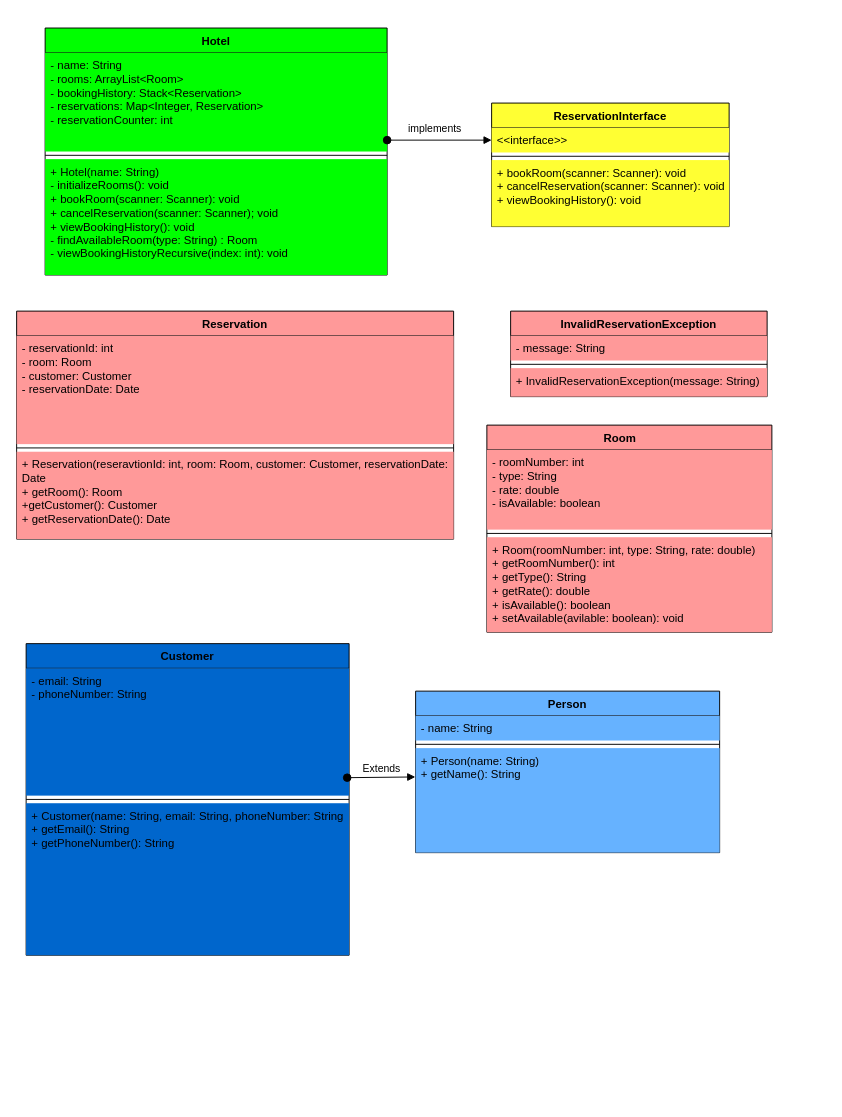
yash10189/IS247 keeps this draw.io diagram as Untitled Diagram.drawio. Above is the earlier version. Source tidied: cells renumbered, new cells numbered last; positions are measured from the earlier drawing's top-left corner, leaving out a move shared by most shapes. Both pictures are drawn from the tidied source at 95%, with x=0, y=0 at pixel (16, 28).
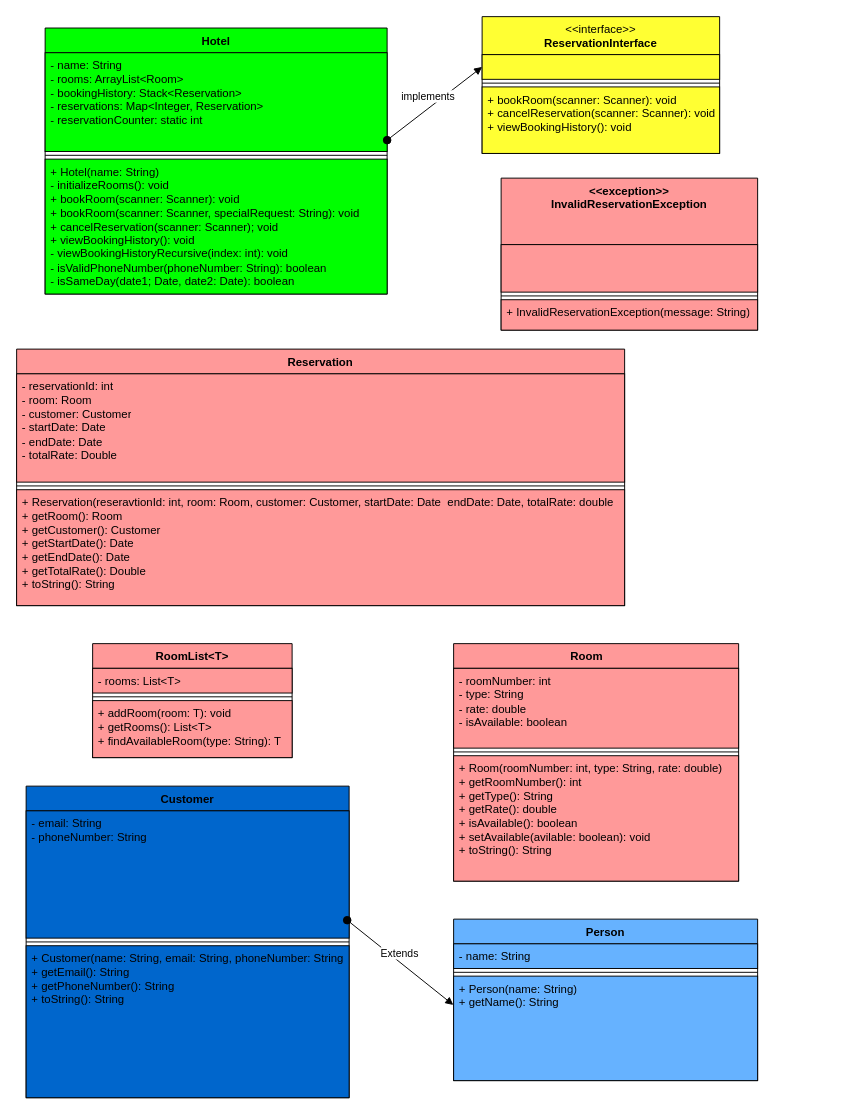
Above is the later version.

The edit, as a diff of the source:
```diff
@@
-    <mxCell id="3" value="Hotel" style="swimlane;fontStyle=1;align=center;verticalAlign=top;horizontal=1;startSize=26;whiteSpace=wrap;html=1;fillColor=#00FF00;" parent="1" vertex="1">
-      <mxGeometry x="30" width="360" height="260" as="geometry" />
+    <mxCell id="3" value="Hotel" style="swimlane;fontStyle=1;align=center;verticalAlign=top;horizontal=1;startSize=26;whiteSpace=wrap;html=1;fillColor=#00FF00;strokeColor=#000000;" parent="1" vertex="1">
+      <mxGeometry x="30" width="360" height="280" as="geometry" />
     </mxCell>
-    <mxCell id="4" value="- name: String&lt;div&gt;- rooms: ArrayList&amp;lt;Room&amp;gt;&lt;/div&gt;&lt;div&gt;- bookingHistory: Stack&amp;lt;Reservation&amp;gt;&lt;/div&gt;&lt;div&gt;- reservations: Map&amp;lt;Integer, Reservation&amp;gt;&amp;nbsp;&lt;/div&gt;&lt;div&gt;- reservationCounter: int&lt;/div&gt;" style="text;strokeColor=none;fillColor=#00FF00;align=left;verticalAlign=top;spacingLeft=4;spacingRight=4;overflow=hidden;whiteSpace=wrap;html=1;" parent="3" vertex="1">
+    <mxCell id="4" value="- name: String&lt;div&gt;- rooms: ArrayList&amp;lt;Room&amp;gt;&lt;/div&gt;&lt;div&gt;- bookingHistory: Stack&amp;lt;Reservation&amp;gt;&lt;/div&gt;&lt;div&gt;- reservations: Map&amp;lt;Integer, Reservation&amp;gt;&amp;nbsp;&lt;/div&gt;&lt;div&gt;- reservationCounter: static int&lt;/div&gt;" style="text;strokeColor=#000000;fillColor=#00FF00;align=left;verticalAlign=top;spacingLeft=4;spacingRight=4;overflow=hidden;whiteSpace=wrap;html=1;" parent="3" vertex="1">
       <mxGeometry y="26" width="360" height="104" as="geometry" />
     </mxCell>
-    <mxCell id="5" style="line;strokeWidth=1;fillColor=#00FF00;align=left;verticalAlign=middle;spacingTop=-1;spacingLeft=3;spacingRight=3;labelPosition=right;strokeColor=inherit;" parent="3" vertex="1">
+    <mxCell id="5" style="line;strokeWidth=1;fillColor=#00FF00;align=left;verticalAlign=middle;spacingTop=-1;spacingLeft=3;spacingRight=3;labelPosition=right;strokeColor=#000000;" parent="3" vertex="1">
       <mxGeometry y="130" width="360" height="8" as="geometry" />
     </mxCell>
-    <mxCell id="6" value="+ Hotel(name: String)&lt;div&gt;- initializeRooms(): void&lt;/div&gt;&lt;div&gt;+ bookRoom(scanner: Scanner): void&lt;/div&gt;&lt;div&gt;+ cancelReservation(scanner: Scanner); void&lt;/div&gt;&lt;div&gt;+ viewBookingHistory(): void&lt;/div&gt;&lt;div&gt;- findAvailableRoom(type: String) : Room&lt;/div&gt;&lt;div&gt;- viewBookingHistoryRecursive(index: int): void&lt;/div&gt;&lt;div&gt;&lt;br&gt;&lt;/div&gt;" style="text;strokeColor=none;fillColor=#00FF00;align=left;verticalAlign=top;spacingLeft=4;spacingRight=4;overflow=hidden;whiteSpace=wrap;html=1;" parent="3" vertex="1">
-      <mxGeometry y="138" width="360" height="122" as="geometry" />
+    <mxCell id="6" value="+ Hotel(name: String)&lt;div&gt;- initializeRooms(): void&lt;/div&gt;&lt;div&gt;+ bookRoom(scanner: Scanner): void&lt;/div&gt;&lt;div&gt;+ bookRoom(scanner: Scanner, specialRequest: String): void&lt;/div&gt;&lt;div&gt;+ cancelReservation(scanner: Scanner); void&lt;/div&gt;&lt;div&gt;+ viewBookingHistory(): void&lt;/div&gt;&lt;div&gt;- viewBookingHistoryRecursive(index: int): void&lt;/div&gt;&lt;div&gt;- isValidPhoneNumber(phoneNumber: String): boolean&lt;/div&gt;&lt;div&gt;- isSameDay(date1; Date, date2: Date): boolean&lt;/div&gt;&lt;div&gt;&lt;br&gt;&lt;/div&gt;" style="text;strokeColor=#000000;fillColor=#00FF00;align=left;verticalAlign=top;spacingLeft=4;spacingRight=4;overflow=hidden;whiteSpace=wrap;html=1;" parent="3" vertex="1">
+      <mxGeometry y="138" width="360" height="142" as="geometry" />
     </mxCell>
-    <mxCell id="7" value="Room&lt;span style=&quot;white-space: pre;&quot;&gt;&#9;&lt;/span&gt;" style="swimlane;fontStyle=1;align=center;verticalAlign=top;horizontal=1;startSize=26;whiteSpace=wrap;html=1;fillColor=#FF9999;" parent="1" vertex="1">
-      <mxGeometry x="495" y="418" width="300" height="218" as="geometry" />
+    <mxCell id="7" value="Room&lt;span style=&quot;white-space: pre;&quot;&gt;&#9;&lt;/span&gt;" style="swimlane;fontStyle=1;align=center;verticalAlign=top;horizontal=1;startSize=26;whiteSpace=wrap;html=1;fillColor=#FF9999;strokeColor=#000000;" parent="1" vertex="1">
+      <mxGeometry x="460" y="648" width="300" height="250" as="geometry" />
     </mxCell>
-    <mxCell id="8" value="- roomNumber: int&lt;div&gt;- type: String&lt;/div&gt;&lt;div&gt;- rate: double&lt;/div&gt;&lt;div&gt;- isAvailable: boolean&lt;/div&gt;" style="text;strokeColor=none;fillColor=#FF9999;align=left;verticalAlign=top;spacingLeft=4;spacingRight=4;overflow=hidden;whiteSpace=wrap;html=1;" parent="7" vertex="1">
+    <mxCell id="8" value="- roomNumber: int&lt;div&gt;- type: String&lt;/div&gt;&lt;div&gt;- rate: double&lt;/div&gt;&lt;div&gt;- isAvailable: boolean&lt;/div&gt;" style="text;strokeColor=#000000;fillColor=#FF9999;align=left;verticalAlign=top;spacingLeft=4;spacingRight=4;overflow=hidden;whiteSpace=wrap;html=1;" parent="7" vertex="1">
       <mxGeometry y="26" width="300" height="84" as="geometry" />
     </mxCell>
-    <mxCell id="9" style="line;strokeWidth=1;fillColor=#FF9999;align=left;verticalAlign=middle;spacingTop=-1;spacingLeft=3;spacingRight=3;labelPosition=right;strokeColor=inherit;" parent="7" vertex="1">
+    <mxCell id="9" style="line;strokeWidth=1;fillColor=#FF9999;align=left;verticalAlign=middle;spacingTop=-1;spacingLeft=3;spacingRight=3;labelPosition=right;strokeColor=#000000;" parent="7" vertex="1">
       <mxGeometry y="110" width="300" height="8" as="geometry" />
     </mxCell>
-    <mxCell id="10" value="+ Room(roomNumber: int, type: String, rate: double)&lt;div&gt;+ getRoomNumber(): int&lt;/div&gt;&lt;div&gt;+ getType(): String&lt;/div&gt;&lt;div&gt;+ getRate(): double&lt;/div&gt;&lt;div&gt;+ isAvailable(): boolean&lt;/div&gt;&lt;div&gt;+ setAvailable(avilable: boolean): void&lt;/div&gt;" style="text;strokeColor=none;fillColor=#FF9999;align=left;verticalAlign=top;spacingLeft=4;spacingRight=4;overflow=hidden;whiteSpace=wrap;html=1;" parent="7" vertex="1">
-      <mxGeometry y="118" width="300" height="100" as="geometry" />
+    <mxCell id="10" value="+ Room(roomNumber: int, type: String, rate: double)&lt;div&gt;+ getRoomNumber(): int&lt;/div&gt;&lt;div&gt;+ getType(): String&lt;/div&gt;&lt;div&gt;+ getRate(): double&lt;/div&gt;&lt;div&gt;+ isAvailable(): boolean&lt;/div&gt;&lt;div&gt;+ setAvailable(avilable: boolean): void&lt;/div&gt;&lt;div&gt;+ toString(): String&lt;/div&gt;" style="text;strokeColor=#000000;fillColor=#FF9999;align=left;verticalAlign=top;spacingLeft=4;spacingRight=4;overflow=hidden;whiteSpace=wrap;html=1;" parent="7" vertex="1">
+      <mxGeometry y="118" width="300" height="132" as="geometry" />
     </mxCell>
-    <mxCell id="11" value="Reservation" style="swimlane;fontStyle=1;align=center;verticalAlign=top;horizontal=1;startSize=26;whiteSpace=wrap;html=1;fillColor=#FF9999;" parent="1" vertex="1">
-      <mxGeometry y="298" width="460" height="240" as="geometry" />
+    <mxCell id="11" value="Reservation" style="swimlane;fontStyle=1;align=center;verticalAlign=top;horizontal=1;startSize=26;whiteSpace=wrap;html=1;fillColor=#FF9999;strokeColor=#000000;" parent="1" vertex="1">
+      <mxGeometry y="338" width="640" height="270" as="geometry" />
     </mxCell>
-    <mxCell id="12" value="- reservationId: int&lt;div&gt;- room: Room&lt;/div&gt;&lt;div&gt;- customer: Customer&lt;/div&gt;&lt;div&gt;- reservationDate: Date&lt;/div&gt;" style="text;strokeColor=none;fillColor=#FF9999;align=left;verticalAlign=top;spacingLeft=4;spacingRight=4;overflow=hidden;whiteSpace=wrap;html=1;" parent="11" vertex="1">
-      <mxGeometry y="26" width="460" height="114" as="geometry" />
+    <mxCell id="12" value="- reservationId: int&lt;div&gt;- room: Room&lt;/div&gt;&lt;div&gt;- customer: Customer&lt;/div&gt;&lt;div&gt;- startDate: Date&lt;/div&gt;&lt;div&gt;- endDate: Date&lt;/div&gt;&lt;div&gt;- totalRate: Double&amp;nbsp;&lt;/div&gt;&lt;div&gt;&lt;br&gt;&lt;/div&gt;" style="text;strokeColor=#000000;fillColor=#FF9999;align=left;verticalAlign=top;spacingLeft=4;spacingRight=4;overflow=hidden;whiteSpace=wrap;html=1;" parent="11" vertex="1">
+      <mxGeometry y="26" width="640" height="114" as="geometry" />
     </mxCell>
-    <mxCell id="13" style="line;strokeWidth=1;fillColor=#FF9999;align=left;verticalAlign=middle;spacingTop=-1;spacingLeft=3;spacingRight=3;labelPosition=right;strokeColor=inherit;" parent="11" vertex="1">
-      <mxGeometry y="140" width="460" height="8" as="geometry" />
+    <mxCell id="13" style="line;strokeWidth=1;fillColor=#FF9999;align=left;verticalAlign=middle;spacingTop=-1;spacingLeft=3;spacingRight=3;labelPosition=right;strokeColor=#000000;" parent="11" vertex="1">
+      <mxGeometry y="140" width="640" height="8" as="geometry" />
     </mxCell>
-    <mxCell id="14" value="+ Reservation(reseravtionId: int, room: Room, customer: Customer, reservationDate: Date&lt;div&gt;+ getRoom(): Room&lt;/div&gt;&lt;div&gt;+getCustomer(): Customer&lt;/div&gt;&lt;div&gt;+ getReservationDate(): Date&lt;/div&gt;" style="text;strokeColor=none;fillColor=#FF9999;align=left;verticalAlign=top;spacingLeft=4;spacingRight=4;overflow=hidden;whiteSpace=wrap;html=1;" parent="11" vertex="1">
-      <mxGeometry y="148" width="460" height="92" as="geometry" />
+    <mxCell id="14" value="+ Reservation(reseravtionId: int, room: Room, customer: Customer, startDate: Date&amp;nbsp; endDate: Date, totalRate: double&lt;div&gt;+ getRoom(): Room&lt;/div&gt;&lt;div&gt;+ getCustomer(): Customer&lt;/div&gt;&lt;div&gt;+ getStartDate(): Date&lt;/div&gt;&lt;div&gt;+ getEndDate(): Date&lt;/div&gt;&lt;div&gt;+ getTotalRate(): Double&lt;/div&gt;&lt;div&gt;+ toString(): String&lt;/div&gt;" style="text;strokeColor=#000000;fillColor=#FF9999;align=left;verticalAlign=top;spacingLeft=4;spacingRight=4;overflow=hidden;whiteSpace=wrap;html=1;" parent="11" vertex="1">
+      <mxGeometry y="148" width="640" height="122" as="geometry" />
     </mxCell>
-    <mxCell id="15" value="Customer" style="swimlane;fontStyle=1;align=center;verticalAlign=top;horizontal=1;startSize=26;whiteSpace=wrap;html=1;fillColor=#0066CC;" parent="1" vertex="1">
-      <mxGeometry x="10" y="648" width="340" height="328" as="geometry" />
+    <mxCell id="15" value="Customer" style="swimlane;fontStyle=1;align=center;verticalAlign=top;horizontal=1;startSize=26;whiteSpace=wrap;html=1;fillColor=#0066CC;strokeColor=#000000;" parent="1" vertex="1">
+      <mxGeometry x="10" y="798" width="340" height="328" as="geometry" />
     </mxCell>
-    <mxCell id="16" value="- email: String&lt;div&gt;- phoneNumber: String&lt;/div&gt;" style="text;strokeColor=none;fillColor=#0066CC;align=left;verticalAlign=top;spacingLeft=4;spacingRight=4;overflow=hidden;points=[[0,0.5],[1,0.5]];portConstraint=eastwest;whiteSpace=wrap;html=1;" parent="15" vertex="1">
+    <mxCell id="16" value="- email: String&lt;div&gt;- phoneNumber: String&lt;/div&gt;" style="text;strokeColor=#000000;fillColor=#0066CC;align=left;verticalAlign=top;spacingLeft=4;spacingRight=4;overflow=hidden;points=[[0,0.5],[1,0.5]];portConstraint=eastwest;whiteSpace=wrap;html=1;" parent="15" vertex="1">
       <mxGeometry y="26" width="340" height="134" as="geometry" />
     </mxCell>
-    <mxCell id="17" style="line;strokeWidth=1;fillColor=#0066CC;align=left;verticalAlign=middle;spacingTop=-1;spacingLeft=3;spacingRight=3;labelPosition=right;strokeColor=inherit;" parent="15" vertex="1">
+    <mxCell id="17" style="line;strokeWidth=1;fillColor=#0066CC;align=left;verticalAlign=middle;spacingTop=-1;spacingLeft=3;spacingRight=3;labelPosition=right;strokeColor=#000000;" parent="15" vertex="1">
       <mxGeometry y="160" width="340" height="8" as="geometry" />
     </mxCell>
-    <mxCell id="18" value="+ Customer(name: String, email: String, phoneNumber: String&lt;div&gt;+ getEmail(): String&lt;/div&gt;&lt;div&gt;+ getPhoneNumber(): String&amp;nbsp;&lt;/div&gt;" style="text;strokeColor=none;fillColor=#0066CC;align=left;verticalAlign=top;spacingLeft=4;spacingRight=4;overflow=hidden;whiteSpace=wrap;html=1;" parent="15" vertex="1">
+    <mxCell id="18" value="+ Customer(name: String, email: String, phoneNumber: String&lt;div&gt;+ getEmail(): String&lt;/div&gt;&lt;div&gt;+ getPhoneNumber(): String&amp;nbsp;&lt;/div&gt;&lt;div&gt;+ toString(): String&lt;br&gt;&lt;/div&gt;" style="text;strokeColor=#000000;fillColor=#0066CC;align=left;verticalAlign=top;spacingLeft=4;spacingRight=4;overflow=hidden;whiteSpace=wrap;html=1;" parent="15" vertex="1">
       <mxGeometry y="168" width="340" height="160" as="geometry" />
     </mxCell>
-    <mxCell id="19" value="ReservationInterface" style="swimlane;fontStyle=1;align=center;verticalAlign=top;horizontal=1;startSize=26;whiteSpace=wrap;html=1;fillColor=#FFFF33;" parent="1" vertex="1">
-      <mxGeometry x="500" y="79" width="250" height="130" as="geometry" />
+    <mxCell id="19" value="&lt;div&gt;&lt;span style=&quot;font-weight: 400; text-align: left;&quot;&gt;&amp;lt;&amp;lt;interface&amp;gt;&amp;gt;&lt;/span&gt;&lt;br&gt;&lt;/div&gt;ReservationInterface" style="swimlane;fontStyle=1;align=center;verticalAlign=top;horizontal=1;startSize=40;whiteSpace=wrap;html=1;fillColor=#FFFF33;strokeColor=#000000;" parent="1" vertex="1">
+      <mxGeometry x="490" y="-12" width="250" height="144" as="geometry" />
     </mxCell>
-    <mxCell id="20" value="&amp;lt;&amp;lt;interface&amp;gt;&amp;gt;" style="text;strokeColor=none;fillColor=#FFFF33;align=left;verticalAlign=top;spacingLeft=4;spacingRight=4;overflow=hidden;points=[[0,0.5],[1,0.5]];portConstraint=eastwest;whiteSpace=wrap;html=1;" parent="19" vertex="1">
-      <mxGeometry y="26" width="250" height="26" as="geometry" />
+    <mxCell id="20" style="text;strokeColor=#000000;fillColor=#FFFF33;align=left;verticalAlign=top;spacingLeft=4;spacingRight=4;overflow=hidden;points=[[0,0.5],[1,0.5]];portConstraint=eastwest;whiteSpace=wrap;html=1;" parent="19" vertex="1">
+      <mxGeometry y="40" width="250" height="26" as="geometry" />
     </mxCell>
-    <mxCell id="21" style="line;strokeWidth=1;fillColor=#FFFF33;align=left;verticalAlign=middle;spacingTop=-1;spacingLeft=3;spacingRight=3;labelPosition=right;strokeColor=inherit;" parent="19" vertex="1">
-      <mxGeometry y="52" width="250" height="8" as="geometry" />
+    <mxCell id="21" style="line;strokeWidth=1;fillColor=#FFFF33;align=left;verticalAlign=middle;spacingTop=-1;spacingLeft=3;spacingRight=3;labelPosition=right;strokeColor=#000000;" parent="19" vertex="1">
+      <mxGeometry y="66" width="250" height="8" as="geometry" />
     </mxCell>
-    <mxCell id="22" value="+ bookRoom(scanner: Scanner): void&lt;div&gt;+ cancelReservation(scanner: Scanner): void&lt;/div&gt;&lt;div&gt;+ viewBookingHistory(): void&lt;/div&gt;" style="text;strokeColor=none;fillColor=#FFFF33;align=left;verticalAlign=top;spacingLeft=4;spacingRight=4;overflow=hidden;whiteSpace=wrap;html=1;" parent="19" vertex="1">
-      <mxGeometry y="60" width="250" height="70" as="geometry" />
+    <mxCell id="22" value="+ bookRoom(scanner: Scanner): void&lt;div&gt;+ cancelReservation(scanner: Scanner): void&lt;/div&gt;&lt;div&gt;+ viewBookingHistory(): void&lt;/div&gt;" style="text;strokeColor=#000000;fillColor=#FFFF33;align=left;verticalAlign=top;spacingLeft=4;spacingRight=4;overflow=hidden;whiteSpace=wrap;html=1;" parent="19" vertex="1">
+      <mxGeometry y="74" width="250" height="70" as="geometry" />
     </mxCell>
-    <mxCell id="23" value="InvalidReservationException" style="swimlane;fontStyle=1;align=center;verticalAlign=top;horizontal=1;startSize=26;whiteSpace=wrap;html=1;fillColor=#FF9999;" parent="1" vertex="1">
-      <mxGeometry x="520" y="298" width="270" height="90" as="geometry" />
+    <mxCell id="23" value="&lt;div&gt;&amp;lt;&amp;lt;exception&amp;gt;&amp;gt;&lt;/div&gt;InvalidReservationException" style="swimlane;fontStyle=1;align=center;verticalAlign=top;horizontal=1;startSize=70;whiteSpace=wrap;html=1;fillColor=#FF9999;strokeColor=#000000;" parent="1" vertex="1">
+      <mxGeometry x="510" y="158" width="270" height="160" as="geometry" />
     </mxCell>
-    <mxCell id="24" value="- message: String" style="text;strokeColor=none;fillColor=#FF9999;align=left;verticalAlign=top;spacingLeft=4;spacingRight=4;overflow=hidden;whiteSpace=wrap;html=1;" parent="23" vertex="1">
-      <mxGeometry y="26" width="270" height="26" as="geometry" />
+    <mxCell id="24" style="text;strokeColor=#000000;fillColor=#FF9999;align=left;verticalAlign=top;spacingLeft=4;spacingRight=4;overflow=hidden;whiteSpace=wrap;html=1;" parent="23" vertex="1">
+      <mxGeometry y="70" width="270" height="50" as="geometry" />
     </mxCell>
-    <mxCell id="25" style="line;strokeWidth=1;fillColor=#FF9999;align=left;verticalAlign=middle;spacingTop=-1;spacingLeft=3;spacingRight=3;labelPosition=right;strokeColor=inherit;" parent="23" vertex="1">
-      <mxGeometry y="52" width="270" height="8" as="geometry" />
+    <mxCell id="25" style="line;strokeWidth=1;fillColor=#FF9999;align=left;verticalAlign=middle;spacingTop=-1;spacingLeft=3;spacingRight=3;labelPosition=right;strokeColor=#000000;" parent="23" vertex="1">
+      <mxGeometry y="120" width="270" height="8" as="geometry" />
     </mxCell>
-    <mxCell id="26" value="+ InvalidReservationException(message: String)" style="text;strokeColor=none;fillColor=#FF9999;align=left;verticalAlign=top;spacingLeft=4;spacingRight=4;overflow=hidden;whiteSpace=wrap;html=1;" parent="23" vertex="1">
-      <mxGeometry y="60" width="270" height="30" as="geometry" />
+    <mxCell id="26" value="+ InvalidReservationException(message: String)" style="text;strokeColor=#000000;fillColor=#FF9999;align=left;verticalAlign=top;spacingLeft=4;spacingRight=4;overflow=hidden;whiteSpace=wrap;html=1;" parent="23" vertex="1">
+      <mxGeometry y="128" width="270" height="32" as="geometry" />
     </mxCell>
-    <mxCell id="27" value="Extends" style="html=1;verticalAlign=bottom;startArrow=oval;startFill=1;endArrow=block;startSize=8;curved=0;rounded=0;entryX=-0.001;entryY=0.276;entryDx=0;entryDy=0;entryPerimeter=0;exitX=0.994;exitY=0.859;exitDx=0;exitDy=0;exitPerimeter=0;" parent="1" edge="1" source="16" target="33">
+    <mxCell id="27" value="Extends" style="html=1;verticalAlign=bottom;startArrow=oval;startFill=1;endArrow=block;startSize=8;curved=0;rounded=0;entryX=-0.001;entryY=0.276;entryDx=0;entryDy=0;entryPerimeter=0;exitX=0.994;exitY=0.859;exitDx=0;exitDy=0;exitPerimeter=0;strokeColor=#000000;" parent="1" edge="1" source="16" target="33">
       <mxGeometry relative="1" as="geometry" />
     </mxCell>
-    <mxCell id="28" style="html=1;verticalAlign=bottom;startArrow=oval;startFill=1;endArrow=block;startSize=8;curved=0;rounded=0;entryX=0;entryY=0.5;entryDx=0;entryDy=0;" parent="1" edge="1" target="20">
+    <mxCell id="28" style="html=1;verticalAlign=bottom;startArrow=oval;startFill=1;endArrow=block;startSize=8;curved=0;rounded=0;entryX=0;entryY=0.5;entryDx=0;entryDy=0;strokeColor=#000000;" parent="1" edge="1" target="20">
       <mxGeometry relative="1" as="geometry">
         <mxPoint x="390" y="118" as="sourcePoint" />
       </mxGeometry>
     </mxCell>
-    <mxCell id="29" value="implements" style="edgeLabel;html=1;align=center;verticalAlign=middle;" parent="28" vertex="1">
+    <mxCell id="29" value="implements" style="edgeLabel;html=1;align=center;verticalAlign=middle;strokeColor=#000000;" parent="28" vertex="1">
       <mxGeometry x="-0.12" y="4" relative="1" as="geometry">
         <mxPoint x="1" y="-9" as="offset" />
       </mxGeometry>
     </mxCell>
-    <mxCell id="30" value="Person" style="swimlane;fontStyle=1;align=center;verticalAlign=top;horizontal=1;startSize=26;whiteSpace=wrap;html=1;fillColor=#66B2FF;" parent="1" vertex="1">
-      <mxGeometry x="420" y="698" width="320" height="170" as="geometry" />
+    <mxCell id="30" value="Person" style="swimlane;fontStyle=1;align=center;verticalAlign=top;horizontal=1;startSize=26;whiteSpace=wrap;html=1;fillColor=#66B2FF;strokeColor=#000000;" parent="1" vertex="1">
+      <mxGeometry x="460" y="938" width="320" height="170" as="geometry" />
     </mxCell>
-    <mxCell id="31" value="- name: String" style="text;strokeColor=none;fillColor=#66B2FF;align=left;verticalAlign=top;spacingLeft=4;spacingRight=4;overflow=hidden;whiteSpace=wrap;html=1;" parent="30" vertex="1">
+    <mxCell id="31" value="- name: String" style="text;strokeColor=#000000;fillColor=#66B2FF;align=left;verticalAlign=top;spacingLeft=4;spacingRight=4;overflow=hidden;whiteSpace=wrap;html=1;" parent="30" vertex="1">
       <mxGeometry y="26" width="320" height="26" as="geometry" />
     </mxCell>
-    <mxCell id="32" style="line;strokeWidth=1;fillColor=#66B2FF;align=left;verticalAlign=middle;spacingTop=-1;spacingLeft=3;spacingRight=3;labelPosition=right;strokeColor=inherit;" parent="30" vertex="1">
+    <mxCell id="32" style="line;strokeWidth=1;fillColor=#66B2FF;align=left;verticalAlign=middle;spacingTop=-1;spacingLeft=3;spacingRight=3;labelPosition=right;strokeColor=#000000;" parent="30" vertex="1">
       <mxGeometry y="52" width="320" height="8" as="geometry" />
     </mxCell>
-    <mxCell id="33" value="+ Person(name: String)&lt;div&gt;+ getName(): String&lt;/div&gt;" style="text;strokeColor=none;fillColor=#66B2FF;align=left;verticalAlign=top;spacingLeft=4;spacingRight=4;overflow=hidden;points=[[0,0.5],[1,0.5]];portConstraint=eastwest;whiteSpace=wrap;html=1;" parent="30" vertex="1">
+    <mxCell id="33" value="+ Person(name: String)&lt;div&gt;+ getName(): String&lt;/div&gt;" style="text;strokeColor=#000000;fillColor=#66B2FF;align=left;verticalAlign=top;spacingLeft=4;spacingRight=4;overflow=hidden;points=[[0,0.5],[1,0.5]];portConstraint=eastwest;whiteSpace=wrap;html=1;" parent="30" vertex="1">
       <mxGeometry y="60" width="320" height="110" as="geometry" />
     </mxCell>
+    <mxCell id="34" value="RoomList&amp;lt;T&amp;gt;" style="swimlane;fontStyle=1;align=center;verticalAlign=top;horizontal=1;startSize=26;whiteSpace=wrap;html=1;fillColor=#FF9999;strokeColor=#000000;" parent="1" vertex="1">
+      <mxGeometry x="80" y="648" width="210" height="120" as="geometry" />
+    </mxCell>
+    <mxCell id="35" value="- rooms: List&amp;lt;T&amp;gt;" style="text;strokeColor=#000000;fillColor=#FF9999;align=left;verticalAlign=top;spacingLeft=4;spacingRight=4;overflow=hidden;whiteSpace=wrap;html=1;" parent="34" vertex="1">
+      <mxGeometry y="26" width="210" height="26" as="geometry" />
+    </mxCell>
+    <mxCell id="36" style="line;strokeWidth=1;fillColor=#FF9999;align=left;verticalAlign=middle;spacingTop=-1;spacingLeft=3;spacingRight=3;labelPosition=right;strokeColor=#000000;" parent="34" vertex="1">
+      <mxGeometry y="52" width="210" height="8" as="geometry" />
+    </mxCell>
+    <mxCell id="37" value="+ addRoom(room: T): void&lt;div&gt;+ getRooms(): List&amp;lt;T&amp;gt;&lt;/div&gt;&lt;div&gt;+ findAvailableRoom(type: String): T&lt;/div&gt;" style="text;strokeColor=#000000;fillColor=#FF9999;align=left;verticalAlign=top;spacingLeft=4;spacingRight=4;overflow=hidden;whiteSpace=wrap;html=1;" parent="34" vertex="1">
+      <mxGeometry y="60" width="210" height="60" as="geometry" />
+    </mxCell>
```
